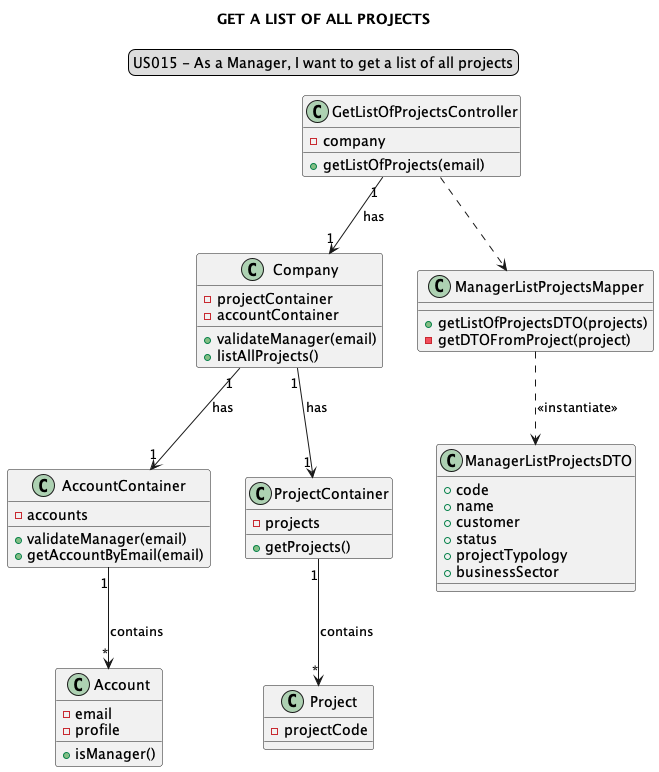
Earlier version of the PlantUML export docs/modelling_design/user_stories/sprint02/us015/US015_classDiagram-GET_A_LIST_OF_ALL_PROJECTS.png (Loracline/project_switch_22-23).
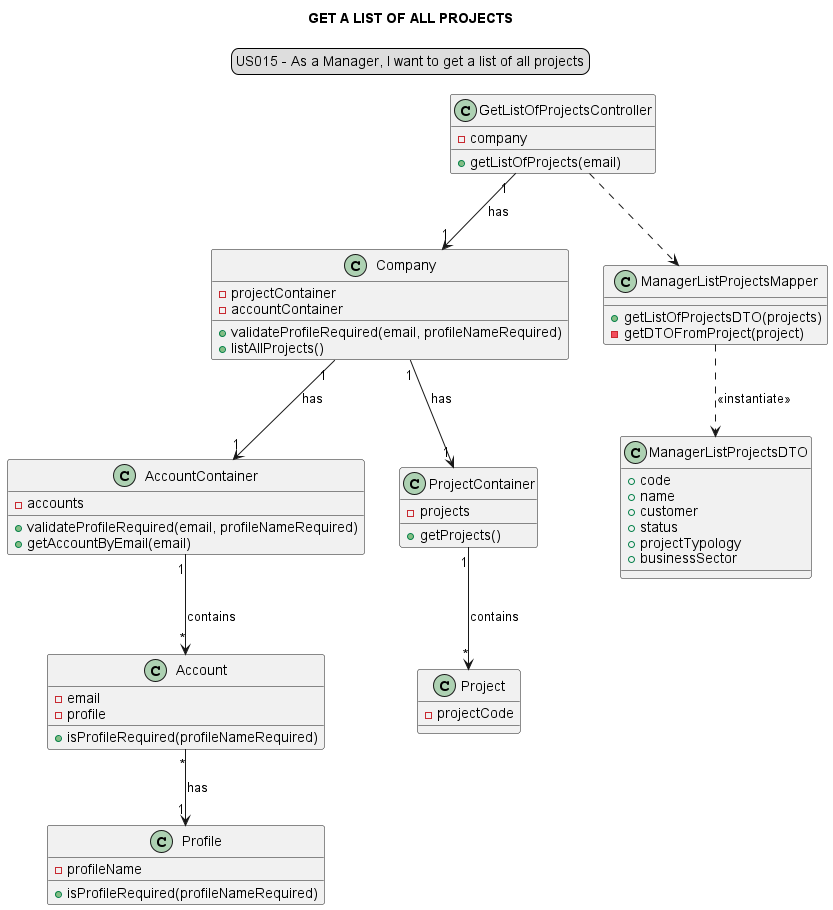
After the change.

Diff of the diagram source:
```diff
@@ -15,20 +15,25 @@
 class "Company"{
 -projectContainer
 -accountContainer
-+validateManager(email)
++validateProfileRequired(email, profileNameRequired)
 +listAllProjects()
 }
 
 class "AccountContainer"{
 -accounts
-+validateManager(email)
++validateProfileRequired(email, profileNameRequired)
 +getAccountByEmail(email)
 }
 
 class "Account"{
 -email
 -profile
-+isManager()
++isProfileRequired(profileNameRequired)
+}
+
+class Profile{
+-profileName
++isProfileRequired(profileNameRequired)
 }
 
 class "ProjectContainer"{
@@ -60,6 +65,7 @@
 "Company" "1"-->"1" "AccountContainer": has
 "AccountContainer" "1"-->"*" Account: contains
 "ProjectContainer" "1"-->"*" Project: contains
+"Account" "*"-->"1" "Profile" : has
 "ManagerListProjectsMapper" ..> "ManagerListProjectsDTO": <<instantiate>>
 
 
```
